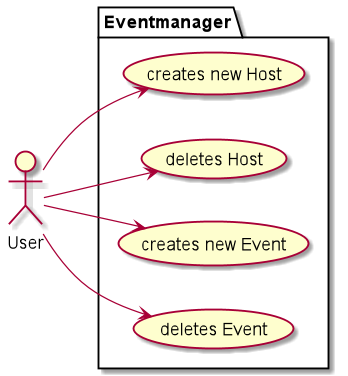
This is asciidoc/images/ucd.png from 2122-5ahitm-sew/01-microproject-sknogler, a PlantUML export, as it was before one commit.
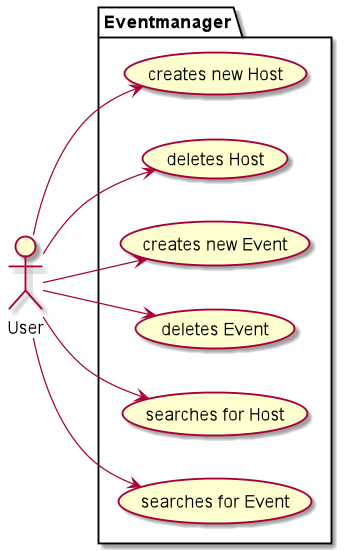
After the commit.

The edit, as a diff of the source:
```diff
@@ -7,6 +7,8 @@
   usecase "deletes Host" as UC2
   usecase "creates new Event" as UC3
   usecase "deletes Event" as UC4
+  usecase "searches for Host" as UC5
+  usecase "searches for Event" as UC6
 }
 g --> UC1
 g --> UC2
@@ -14,4 +16,7 @@
 g --> UC3
 g --> UC4
 
+g --> UC5
+g --> UC6
+
 @enduml
```
